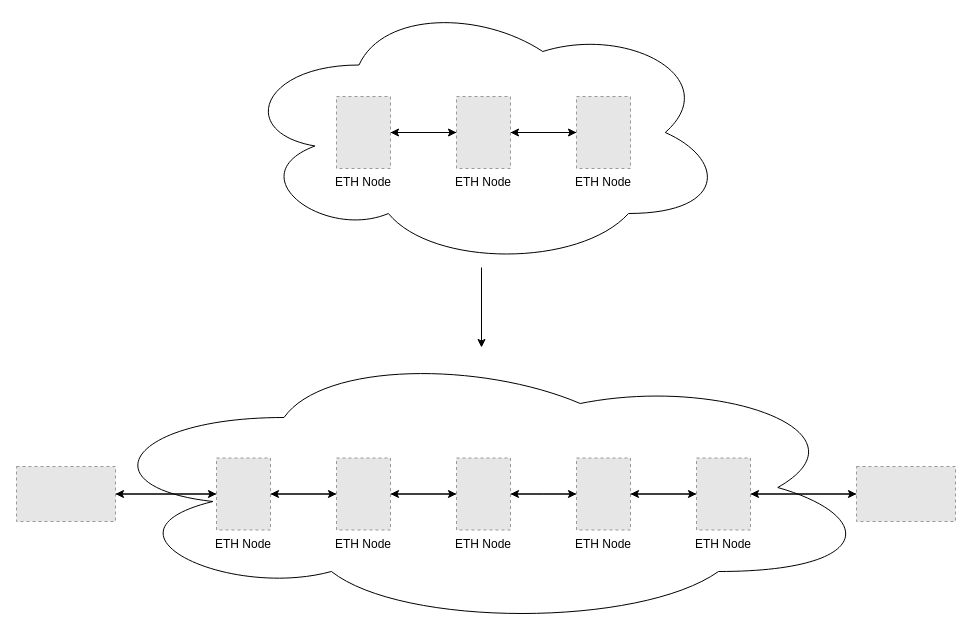
Earlier version of the draw.io diagram Topology.drawio (rumsystem/rum-eth-mvm). Source tidied: cells renumbered, new cells numbered last; positions are measured from the earlier drawing's top-left corner, leaving out a move shared by most shapes. Both pictures are drawn from the tidied source at 100%, with x=0, y=0 at pixel (16, -3). Pictures stored in the file or linked from it are replaced by grey dashed boxes.
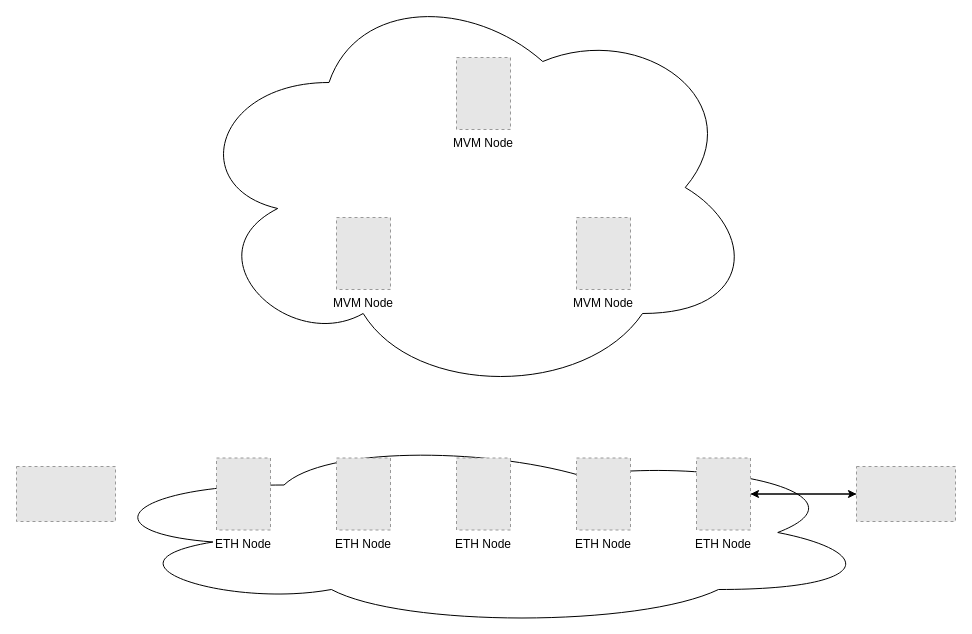
Above is the later version.

Unchanged cells that the change refers to:
```xml
<mxCell id="7" value="ETH Node" style="fillColor=#E6E6E6;strokeColor=#999999;dashed=1;verticalLabelPosition=bottom;labelBackgroundColor=#ffffff;verticalAlign=top;" parent="1" vertex="1">
  <mxGeometry x="200" y="460.5" width="54" height="72" as="geometry" />
</mxCell>
<mxCell id="10" value="ETH Node" style="fillColor=#E6E6E6;strokeColor=#999999;dashed=1;verticalLabelPosition=bottom;labelBackgroundColor=#ffffff;verticalAlign=top;" parent="1" vertex="1">
  <mxGeometry x="320" y="460.5" width="54" height="72" as="geometry" />
</mxCell>
<mxCell id="13" value="ETH Node" style="fillColor=#E6E6E6;strokeColor=#999999;dashed=1;verticalLabelPosition=bottom;labelBackgroundColor=#ffffff;verticalAlign=top;" parent="1" vertex="1">
  <mxGeometry x="440" y="460.5" width="54" height="72" as="geometry" />
</mxCell>
<mxCell id="15" value="ETH Node" style="fillColor=#E6E6E6;strokeColor=#999999;dashed=1;verticalLabelPosition=bottom;labelBackgroundColor=#ffffff;verticalAlign=top;" parent="1" vertex="1">
  <mxGeometry x="560" y="460.5" width="54" height="72" as="geometry" />
</mxCell>
<mxCell id="17" style="fillColor=#E6E6E6;strokeColor=#999999;dashed=1;verticalLabelPosition=bottom;labelBackgroundColor=#ffffff;verticalAlign=top;" parent="1" vertex="1">
  <mxGeometry y="469" width="99" height="55" as="geometry" />
</mxCell>
<mxCell id="23" value="ETH Node" style="fillColor=#E6E6E6;strokeColor=#999999;dashed=1;verticalLabelPosition=bottom;labelBackgroundColor=#ffffff;verticalAlign=top;" parent="1" vertex="1">
  <mxGeometry x="680" y="460.5" width="54" height="72" as="geometry" />
</mxCell>
```

The edit, as a diff of the source:
```diff
@@
-    <mxCell id="2" style="edgeStyle=orthogonalEdgeStyle;rounded=0;jettySize=auto;html=1;" parent="1" edge="1" source="3" target="4">
-      <mxGeometry relative="1" as="geometry" />
-    </mxCell>
     <mxCell id="3" style="ellipse;shape=cloud;whiteSpace=wrap;html=1;" parent="1" vertex="1">
-      <mxGeometry x="220" width="490" height="270" as="geometry" />
+      <mxGeometry x="170" y="-20" width="570" height="420" as="geometry" />
     </mxCell>
     <mxCell id="4" style="ellipse;shape=cloud;whiteSpace=wrap;html=1;" parent="1" vertex="1">
-      <mxGeometry x="70" y="350" width="790" height="280" as="geometry" />
+      <mxGeometry x="70" y="440" width="790" height="190" as="geometry" />
     </mxCell>
-    <mxCell id="5" style="edgeStyle=orthogonalEdgeStyle;rounded=0;jettySize=auto;html=1;exitX=1;exitY=0.5;exitDx=0;exitDy=0;entryX=0;entryY=0.5;entryDx=0;entryDy=0;" parent="1" edge="1" source="7" target="10">
-      <mxGeometry relative="1" as="geometry" />
-    </mxCell>
-    <mxCell id="6" style="edgeStyle=orthogonalEdgeStyle;rounded=0;jettySize=auto;html=1;" parent="1" edge="1" source="7" target="17">
-      <mxGeometry relative="1" as="geometry" />
-    </mxCell>
@@
-    <mxCell id="8" style="edgeStyle=orthogonalEdgeStyle;rounded=0;jettySize=auto;html=1;" parent="1" edge="1" source="10" target="7">
-      <mxGeometry relative="1" as="geometry" />
-    </mxCell>
-    <mxCell id="9" style="edgeStyle=orthogonalEdgeStyle;rounded=0;jettySize=auto;html=1;exitX=1;exitY=0.5;exitDx=0;exitDy=0;entryX=0;entryY=0.5;entryDx=0;entryDy=0;" parent="1" edge="1" source="10" target="13">
-      <mxGeometry relative="1" as="geometry" />
-    </mxCell>
@@
-    <mxCell id="11" style="edgeStyle=orthogonalEdgeStyle;rounded=0;jettySize=auto;html=1;entryX=1;entryY=0.5;entryDx=0;entryDy=0;" parent="1" edge="1" source="13" target="10">
-      <mxGeometry relative="1" as="geometry" />
-    </mxCell>
-    <mxCell id="12" style="edgeStyle=orthogonalEdgeStyle;rounded=0;jettySize=auto;html=1;exitX=1;exitY=0.5;exitDx=0;exitDy=0;" parent="1" edge="1" source="13">
-      <mxGeometry relative="1" as="geometry">
-        <mxPoint x="560" y="496.5" as="targetPoint" />
-      </mxGeometry>
-    </mxCell>
@@
-    <mxCell id="14" style="edgeStyle=orthogonalEdgeStyle;rounded=0;jettySize=auto;html=1;entryX=1;entryY=0.5;entryDx=0;entryDy=0;" parent="1" edge="1" source="15">
-      <mxGeometry relative="1" as="geometry">
-        <mxPoint x="494" y="496.5" as="targetPoint" />
-      </mxGeometry>
-    </mxCell>
@@
-    <mxCell id="16" style="edgeStyle=orthogonalEdgeStyle;rounded=0;jettySize=auto;html=1;" parent="1" edge="1" source="17" target="7">
-      <mxGeometry relative="1" as="geometry" />
-    </mxCell>
@@
-    <mxCell id="20" style="edgeStyle=orthogonalEdgeStyle;rounded=0;orthogonalLoop=1;jettySize=auto;html=1;exitX=1;exitY=0.5;exitDx=0;exitDy=0;" parent="1" edge="1">
-      <mxGeometry relative="1" as="geometry">
-        <mxPoint x="614" y="496.5" as="sourcePoint" />
-        <mxPoint x="680" y="496.5" as="targetPoint" />
-      </mxGeometry>
-    </mxCell>
-    <mxCell id="21" style="edgeStyle=orthogonalEdgeStyle;rounded=0;jettySize=auto;html=1;entryX=1;entryY=0.5;entryDx=0;entryDy=0;" parent="1" edge="1" source="23">
-      <mxGeometry relative="1" as="geometry">
-        <mxPoint x="614" y="496.5" as="targetPoint" />
-      </mxGeometry>
-    </mxCell>
@@
-    <mxCell id="24" style="edgeStyle=orthogonalEdgeStyle;rounded=0;jettySize=auto;html=1;exitX=1;exitY=0.5;exitDx=0;exitDy=0;entryX=0;entryY=0.5;entryDx=0;entryDy=0;" parent="1" edge="1" source="25" target="28">
-      <mxGeometry relative="1" as="geometry" />
-    </mxCell>
-    <mxCell id="25" value="ETH Node" style="fillColor=#E6E6E6;strokeColor=#999999;dashed=1;verticalLabelPosition=bottom;labelBackgroundColor=#ffffff;verticalAlign=top;" parent="1" vertex="1">
-      <mxGeometry x="320" y="99" width="54" height="72" as="geometry" />
+    <mxCell id="25" value="MVM Node" style="fillColor=#E6E6E6;strokeColor=#999999;dashed=1;verticalLabelPosition=bottom;labelBackgroundColor=#ffffff;verticalAlign=top;" parent="1" vertex="1">
+      <mxGeometry x="320" y="220" width="54" height="72" as="geometry" />
     </mxCell>
-    <mxCell id="26" style="edgeStyle=orthogonalEdgeStyle;rounded=0;jettySize=auto;html=1;" parent="1" edge="1" source="28" target="25">
-      <mxGeometry relative="1" as="geometry" />
-    </mxCell>
-    <mxCell id="27" style="edgeStyle=orthogonalEdgeStyle;rounded=0;jettySize=auto;html=1;exitX=1;exitY=0.5;exitDx=0;exitDy=0;entryX=0;entryY=0.5;entryDx=0;entryDy=0;" parent="1" edge="1" source="28" target="30">
-      <mxGeometry relative="1" as="geometry" />
-    </mxCell>
-    <mxCell id="28" value="ETH Node" style="fillColor=#E6E6E6;strokeColor=#999999;dashed=1;verticalLabelPosition=bottom;labelBackgroundColor=#ffffff;verticalAlign=top;" parent="1" vertex="1">
-      <mxGeometry x="440" y="99" width="54" height="72" as="geometry" />
+    <mxCell id="28" value="MVM Node" style="fillColor=#E6E6E6;strokeColor=#999999;dashed=1;verticalLabelPosition=bottom;labelBackgroundColor=#ffffff;verticalAlign=top;" parent="1" vertex="1">
+      <mxGeometry x="440" y="60" width="54" height="72" as="geometry" />
     </mxCell>
-    <mxCell id="29" style="edgeStyle=orthogonalEdgeStyle;rounded=0;jettySize=auto;html=1;entryX=1;entryY=0.5;entryDx=0;entryDy=0;" parent="1" edge="1" source="30" target="28">
-      <mxGeometry relative="1" as="geometry" />
-    </mxCell>
-    <mxCell id="30" value="ETH Node" style="fillColor=#E6E6E6;strokeColor=#999999;dashed=1;verticalLabelPosition=bottom;labelBackgroundColor=#ffffff;verticalAlign=top;" parent="1" vertex="1">
-      <mxGeometry x="560" y="99" width="54" height="72" as="geometry" />
+    <mxCell id="30" value="MVM Node" style="fillColor=#E6E6E6;strokeColor=#999999;dashed=1;verticalLabelPosition=bottom;labelBackgroundColor=#ffffff;verticalAlign=top;" parent="1" vertex="1">
+      <mxGeometry x="560" y="220" width="54" height="72" as="geometry" />
     </mxCell>
```
